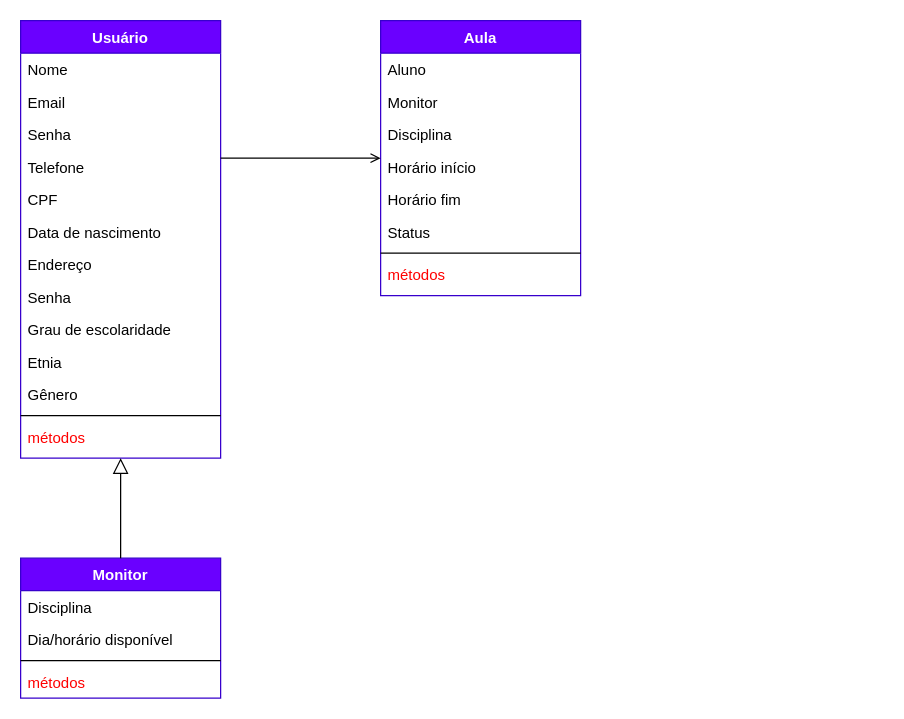
Above: SquadAzulBD.drawio in lets-code-837-squad-azul/testes-automatizados (draw.io), before the change. Source tidied: cells renumbered, new cells numbered last; positions are measured from the earlier drawing's top-left corner, leaving out a move shared by most shapes. Both pictures are drawn from the tidied source at 125%, with x=0, y=0 at pixel (20, 20).
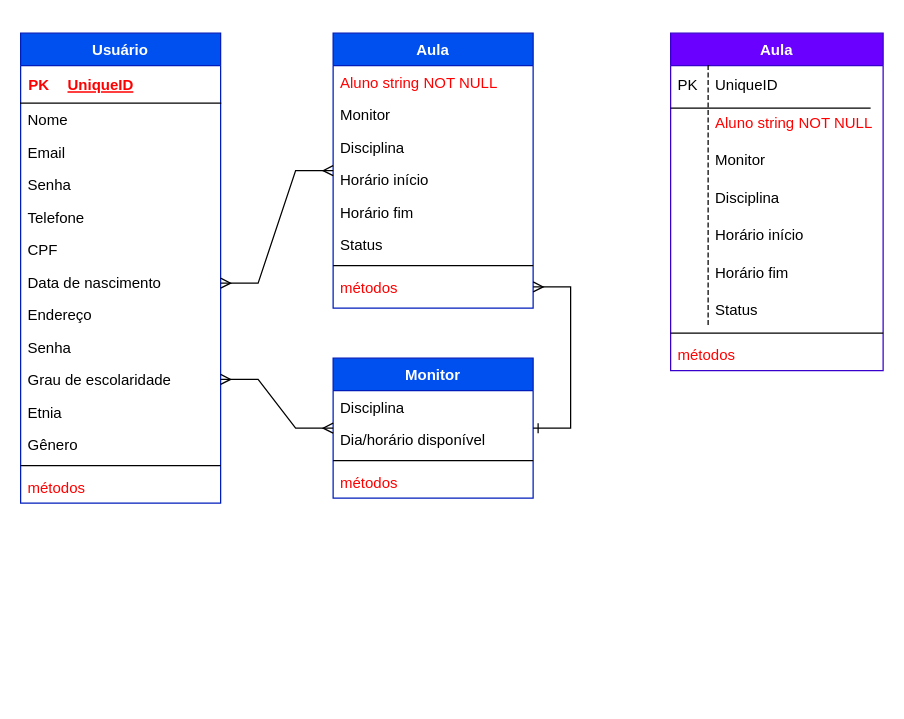
The same diagram, later.

The change refers to these unchanged cells:
```xml
<mxCell id="30" value="métodos" style="text;align=left;verticalAlign=top;spacingLeft=4;spacingRight=4;overflow=hidden;points=[[0,0.5],[1,0.5]];portConstraint=eastwest;fontColor=#FF0000;" parent="22" vertex="1">
  <mxGeometry y="190" width="160" height="26" as="geometry" />
</mxCell>
```

The edit, as a diff of the source:
```diff
@@
-    <mxCell id="2" value="Usuário" style="swimlane;fontStyle=1;align=center;verticalAlign=top;horizontal=1;startSize=26;rounded=0;shadow=0;strokeWidth=1;fillColor=#6a00ff;strokeColor=#3700CC;fontColor=#ffffff;" parent="1" vertex="1">
-      <mxGeometry width="160" height="350" as="geometry" />
+    <mxCell id="2" value="Usuário" style="swimlane;fontStyle=1;align=center;verticalAlign=top;horizontal=1;startSize=26;rounded=0;shadow=0;strokeWidth=1;fillColor=#0050ef;strokeColor=#001DBC;fontColor=#ffffff;" parent="1" vertex="1">
+      <mxGeometry y="10" width="160" height="376" as="geometry" />
     </mxCell>
+    <mxCell id="32" style="shape=table;startSize=0;childLayout=tableLayout;rowLines=0;fontStyle=0;align=center;strokeColor=none;fillColor=none;" parent="2" vertex="1">
+      <mxGeometry y="26" width="160" height="30" as="geometry" />
+    </mxCell>
+    <mxCell id="33" style="shape=tableRow;horizontal=0;startSize=0;swimlaneHead=0;swimlaneBody=0;fillColor=none;top=0;left=0;right=0;bottom=1;" parent="32" vertex="1">
+      <mxGeometry width="160" height="30" as="geometry" />
+    </mxCell>
+    <mxCell id="34" value="PK" style="shape=partialRectangle;fillColor=none;top=0;left=0;bottom=0;right=0;fontStyle=1;overflow=hidden;fontColor=#FF0000;" parent="33" vertex="1">
+      <mxGeometry width="30" height="30" as="geometry" />
+    </mxCell>
+    <mxCell id="35" value="UniqueID" style="shape=partialRectangle;fillColor=none;top=0;left=0;bottom=0;right=0;align=left;spacingLeft=6;fontStyle=5;overflow=hidden;fontColor=#FF0000;" parent="33" vertex="1">
+      <mxGeometry x="30" width="130" height="30" as="geometry" />
+    </mxCell>
     <mxCell id="3" value="Nome" style="text;align=left;verticalAlign=top;spacingLeft=4;spacingRight=4;overflow=hidden;" parent="2" vertex="1">
-      <mxGeometry y="26" width="160" height="26" as="geometry" />
+      <mxGeometry y="56" width="160" height="26" as="geometry" />
     </mxCell>
     <mxCell id="4" value="Email" style="text;align=left;verticalAlign=top;spacingLeft=4;spacingRight=4;overflow=hidden;rounded=0;shadow=0;html=0;" parent="2" vertex="1">
-      <mxGeometry y="52" width="160" height="26" as="geometry" />
+      <mxGeometry y="82" width="160" height="26" as="geometry" />
     </mxCell>
     <mxCell id="5" value="Senha" style="text;align=left;verticalAlign=top;spacingLeft=4;spacingRight=4;overflow=hidden;rounded=0;shadow=0;html=0;" parent="2" vertex="1">
-      <mxGeometry y="78" width="160" height="26" as="geometry" />
+      <mxGeometry y="108" width="160" height="26" as="geometry" />
     </mxCell>
     <mxCell id="6" value="Telefone" style="text;align=left;verticalAlign=top;spacingLeft=4;spacingRight=4;overflow=hidden;rounded=0;shadow=0;html=0;" parent="2" vertex="1">
-      <mxGeometry y="104" width="160" height="26" as="geometry" />
+      <mxGeometry y="134" width="160" height="26" as="geometry" />
     </mxCell>
     <mxCell id="7" value="CPF" style="text;align=left;verticalAlign=top;spacingLeft=4;spacingRight=4;overflow=hidden;rounded=0;shadow=0;html=0;" parent="2" vertex="1">
-      <mxGeometry y="130" width="160" height="26" as="geometry" />
+      <mxGeometry y="160" width="160" height="26" as="geometry" />
     </mxCell>
     <mxCell id="8" value="Data de nascimento" style="text;align=left;verticalAlign=top;spacingLeft=4;spacingRight=4;overflow=hidden;rounded=0;shadow=0;html=0;" parent="2" vertex="1">
-      <mxGeometry y="156" width="160" height="26" as="geometry" />
+      <mxGeometry y="186" width="160" height="26" as="geometry" />
     </mxCell>
     <mxCell id="9" value="Endereço" style="text;align=left;verticalAlign=top;spacingLeft=4;spacingRight=4;overflow=hidden;rounded=0;shadow=0;html=0;" parent="2" vertex="1">
-      <mxGeometry y="182" width="160" height="26" as="geometry" />
+      <mxGeometry y="212" width="160" height="26" as="geometry" />
     </mxCell>
     <mxCell id="10" value="Senha" style="text;align=left;verticalAlign=top;spacingLeft=4;spacingRight=4;overflow=hidden;rounded=0;shadow=0;html=0;" parent="2" vertex="1">
-      <mxGeometry y="208" width="160" height="26" as="geometry" />
+      <mxGeometry y="238" width="160" height="26" as="geometry" />
     </mxCell>
     <mxCell id="11" value="Grau de escolaridade" style="text;align=left;verticalAlign=top;spacingLeft=4;spacingRight=4;overflow=hidden;points=[[0,0.5],[1,0.5]];portConstraint=eastwest;rounded=0;shadow=0;html=0;" parent="2" vertex="1">
-      <mxGeometry y="234" width="160" height="26" as="geometry" />
+      <mxGeometry y="264" width="160" height="26" as="geometry" />
     </mxCell>
     <mxCell id="12" value="Etnia" style="text;align=left;verticalAlign=top;spacingLeft=4;spacingRight=4;overflow=hidden;rounded=0;shadow=0;html=0;" parent="2" vertex="1">
-      <mxGeometry y="260" width="160" height="26" as="geometry" />
+      <mxGeometry y="290" width="160" height="26" as="geometry" />
     </mxCell>
     <mxCell id="13" value="Gênero" style="text;align=left;verticalAlign=top;spacingLeft=4;spacingRight=4;overflow=hidden;rounded=0;shadow=0;html=0;" parent="2" vertex="1">
-      <mxGeometry y="286" width="160" height="26" as="geometry" />
+      <mxGeometry y="316" width="160" height="26" as="geometry" />
     </mxCell>
     <mxCell id="14" style="line;html=1;strokeWidth=1;align=left;verticalAlign=middle;spacingTop=-1;spacingLeft=3;spacingRight=3;labelPosition=right;" parent="2" vertex="1">
-      <mxGeometry y="312" width="160" height="8" as="geometry" />
+      <mxGeometry y="342" width="160" height="8" as="geometry" />
     </mxCell>
     <mxCell id="15" value="métodos" style="text;align=left;verticalAlign=top;spacingLeft=4;spacingRight=4;overflow=hidden;fontColor=#FF0000;" parent="2" vertex="1">
-      <mxGeometry y="320" width="160" height="26" as="geometry" />
+      <mxGeometry y="350" width="160" height="26" as="geometry" />
     </mxCell>
-    <mxCell id="16" value="Monitor" style="swimlane;fontStyle=1;align=center;verticalAlign=top;horizontal=1;startSize=26;rounded=0;shadow=0;strokeWidth=1;fillColor=#6a00ff;fontColor=#ffffff;strokeColor=#3700CC;" parent="1" vertex="1">
-      <mxGeometry y="430" width="160" height="112" as="geometry" />
+    <mxCell id="16" value="Monitor" style="swimlane;fontStyle=1;align=center;verticalAlign=top;horizontal=1;startSize=26;rounded=0;shadow=0;strokeWidth=1;fillColor=#0050ef;fontColor=#ffffff;strokeColor=#001DBC;" parent="1" vertex="1">
+      <mxGeometry x="250" y="270" width="160" height="112" as="geometry" />
     </mxCell>
@@
-    <mxCell id="21" style="endArrow=block;endSize=10;endFill=0;shadow=0;strokeWidth=1;rounded=0;edgeStyle=elbowEdgeStyle;elbow=vertical;" parent="1" edge="1" source="16" target="2">
-      <mxGeometry relative="1" as="geometry">
-        <Array as="points">
-          <mxPoint x="80" y="440" />
-        </Array>
-      </mxGeometry>
-    </mxCell>
-    <mxCell id="22" value="Aula" style="swimlane;fontStyle=1;align=center;verticalAlign=top;horizontal=1;startSize=26;rounded=0;shadow=0;strokeWidth=1;fillColor=#6a00ff;fontColor=#ffffff;strokeColor=#3700CC;" parent="1" vertex="1">
-      <mxGeometry x="288" width="160" height="220" as="geometry" />
+    <mxCell id="22" value="Aula" style="swimlane;fontStyle=1;align=center;verticalAlign=top;horizontal=1;startSize=26;rounded=0;shadow=0;strokeWidth=1;fillColor=#0050ef;fontColor=#ffffff;strokeColor=#001DBC;" parent="1" vertex="1">
+      <mxGeometry x="250" y="10" width="160" height="220" as="geometry" />
     </mxCell>
-    <mxCell id="23" value="Aluno" style="text;align=left;verticalAlign=top;spacingLeft=4;spacingRight=4;overflow=hidden;" parent="22" vertex="1">
+    <mxCell id="23" value="Aluno string NOT NULL" style="text;align=left;verticalAlign=top;spacingLeft=4;spacingRight=4;overflow=hidden;fontColor=#FF0000;" parent="22" vertex="1">
       <mxGeometry y="26" width="160" height="26" as="geometry" />
     </mxCell>
@@
-    <mxCell id="31" style="endArrow=open;shadow=0;strokeWidth=1;rounded=0;endFill=1;edgeStyle=elbowEdgeStyle;elbow=vertical;" parent="1" edge="1" source="2" target="22">
-      <mxGeometry x="0.5" y="41" relative="1" as="geometry">
-        <mxPoint x="-40" y="32" as="offset" />
-      </mxGeometry>
-    </mxCell>
+    <mxCell id="36" style="edgeStyle=entityRelationEdgeStyle;fontSize=12;html=1;endArrow=ERmany;endFill=0;startArrow=ERmany;rounded=0;startFill=0;" parent="1" edge="1" target="22">
+      <mxGeometry relative="1" as="geometry">
+        <mxPoint x="160" y="210" as="sourcePoint" />
+      </mxGeometry>
+    </mxCell>
+    <mxCell id="37" style="edgeStyle=entityRelationEdgeStyle;fontSize=12;html=1;endArrow=ERmany;endFill=0;startArrow=ERmany;rounded=0;startFill=0;" parent="1" edge="1" source="11" target="16">
+      <mxGeometry relative="1" as="geometry" />
+    </mxCell>
+    <mxCell id="38" style="edgeStyle=entityRelationEdgeStyle;fontSize=12;html=1;endArrow=ERone;endFill=0;startArrow=ERmany;rounded=0;startFill=0;" parent="1" edge="1" source="30" target="16">
+      <mxGeometry relative="1" as="geometry" />
+    </mxCell>
+    <mxCell id="39" value="Aula" style="swimlane;fontStyle=1;align=center;verticalAlign=top;horizontal=1;startSize=26;rounded=0;shadow=0;strokeWidth=1;fillColor=#6a00ff;fontColor=#ffffff;strokeColor=#3700CC;" parent="1" vertex="1">
+      <mxGeometry x="520" y="10" width="170" height="270" as="geometry" />
+    </mxCell>
+    <mxCell id="40" value="UniqueID" style="shape=partialRectangle;fillColor=none;align=left;verticalAlign=middle;strokeColor=none;spacingLeft=34;fontColor=#000000;" parent="39" vertex="1">
+      <mxGeometry y="26" width="170" height="30" as="geometry" />
+    </mxCell>
+    <mxCell id="41" value="PK" style="shape=partialRectangle;top=0;left=0;bottom=0;fillColor=none;stokeWidth=1;dashed=1;align=left;verticalAlign=middle;spacingLeft=4;spacingRight=4;overflow=hidden;fontColor=#000000;" parent="40" vertex="1">
+      <mxGeometry width="30" height="30" as="geometry" />
+    </mxCell>
+    <mxCell id="42" style="endArrow=none;html=1;rounded=0;fontColor=#000000;" parent="39" edge="1">
+      <mxGeometry relative="1" as="geometry">
+        <mxPoint y="60" as="sourcePoint" />
+        <mxPoint x="160" y="60" as="targetPoint" />
+      </mxGeometry>
+    </mxCell>
+    <mxCell id="43" value="Aluno string NOT NULL" style="shape=partialRectangle;fillColor=none;align=left;verticalAlign=middle;strokeColor=none;spacingLeft=34;fontColor=#FF0000;" parent="39" vertex="1">
+      <mxGeometry y="56" width="170" height="30" as="geometry" />
+    </mxCell>
+    <mxCell id="44" style="shape=partialRectangle;top=0;left=0;bottom=0;fillColor=none;stokeWidth=1;dashed=1;align=left;verticalAlign=middle;spacingLeft=4;spacingRight=4;overflow=hidden;fontColor=#FF0000;" parent="43" vertex="1">
+      <mxGeometry width="30" height="30" as="geometry" />
+    </mxCell>
+    <mxCell id="45" value="Monitor" style="shape=partialRectangle;fillColor=none;align=left;verticalAlign=middle;strokeColor=none;spacingLeft=34;fontColor=#000000;" parent="39" vertex="1">
+      <mxGeometry y="86" width="170" height="30" as="geometry" />
+    </mxCell>
+    <mxCell id="46" style="shape=partialRectangle;top=0;left=0;bottom=0;fillColor=none;stokeWidth=1;dashed=1;align=left;verticalAlign=middle;spacingLeft=4;spacingRight=4;overflow=hidden;fontColor=#FF0000;" parent="45" vertex="1">
+      <mxGeometry width="30" height="30" as="geometry" />
+    </mxCell>
+    <mxCell id="47" value="Disciplina" style="shape=partialRectangle;fillColor=none;align=left;verticalAlign=middle;strokeColor=none;spacingLeft=34;fontColor=#000000;" parent="39" vertex="1">
+      <mxGeometry y="116" width="170" height="30" as="geometry" />
+    </mxCell>
+    <mxCell id="48" style="shape=partialRectangle;top=0;left=0;bottom=0;fillColor=none;stokeWidth=1;dashed=1;align=left;verticalAlign=middle;spacingLeft=4;spacingRight=4;overflow=hidden;fontColor=#FF0000;" parent="47" vertex="1">
+      <mxGeometry width="30" height="30" as="geometry" />
+    </mxCell>
+    <mxCell id="49" value="Horário início" style="shape=partialRectangle;fillColor=none;align=left;verticalAlign=middle;strokeColor=none;spacingLeft=34;fontColor=#000000;" parent="39" vertex="1">
+      <mxGeometry y="146" width="170" height="30" as="geometry" />
+    </mxCell>
+    <mxCell id="50" style="shape=partialRectangle;top=0;left=0;bottom=0;fillColor=none;stokeWidth=1;dashed=1;align=left;verticalAlign=middle;spacingLeft=4;spacingRight=4;overflow=hidden;fontColor=#FF0000;" parent="49" vertex="1">
+      <mxGeometry width="30" height="30" as="geometry" />
+    </mxCell>
+    <mxCell id="51" value="Horário fim" style="shape=partialRectangle;fillColor=none;align=left;verticalAlign=middle;strokeColor=none;spacingLeft=34;fontColor=#000000;" parent="39" vertex="1">
+      <mxGeometry y="176" width="170" height="30" as="geometry" />
+    </mxCell>
+    <mxCell id="52" style="shape=partialRectangle;top=0;left=0;bottom=0;fillColor=none;stokeWidth=1;dashed=1;align=left;verticalAlign=middle;spacingLeft=4;spacingRight=4;overflow=hidden;fontColor=#FF0000;" parent="51" vertex="1">
+      <mxGeometry width="30" height="30" as="geometry" />
+    </mxCell>
+    <mxCell id="53" value="Status" style="shape=partialRectangle;fillColor=none;align=left;verticalAlign=middle;strokeColor=none;spacingLeft=34;fontColor=#000000;" parent="39" vertex="1">
+      <mxGeometry y="206" width="170" height="30" as="geometry" />
+    </mxCell>
+    <mxCell id="54" style="shape=partialRectangle;top=0;left=0;bottom=0;fillColor=none;stokeWidth=1;dashed=1;align=left;verticalAlign=middle;spacingLeft=4;spacingRight=4;overflow=hidden;fontColor=#FF0000;" parent="53" vertex="1">
+      <mxGeometry width="30" height="30" as="geometry" />
+    </mxCell>
+    <mxCell id="55" style="line;html=1;strokeWidth=1;align=left;verticalAlign=middle;spacingTop=-1;spacingLeft=3;spacingRight=3;labelPosition=right;" parent="39" vertex="1">
+      <mxGeometry y="236" width="170" height="8" as="geometry" />
+    </mxCell>
+    <mxCell id="56" value="métodos" style="text;align=left;verticalAlign=top;spacingLeft=4;spacingRight=4;overflow=hidden;fontColor=#FF0000;" parent="39" vertex="1">
+      <mxGeometry y="244" width="170" height="26" as="geometry" />
+    </mxCell>
```
